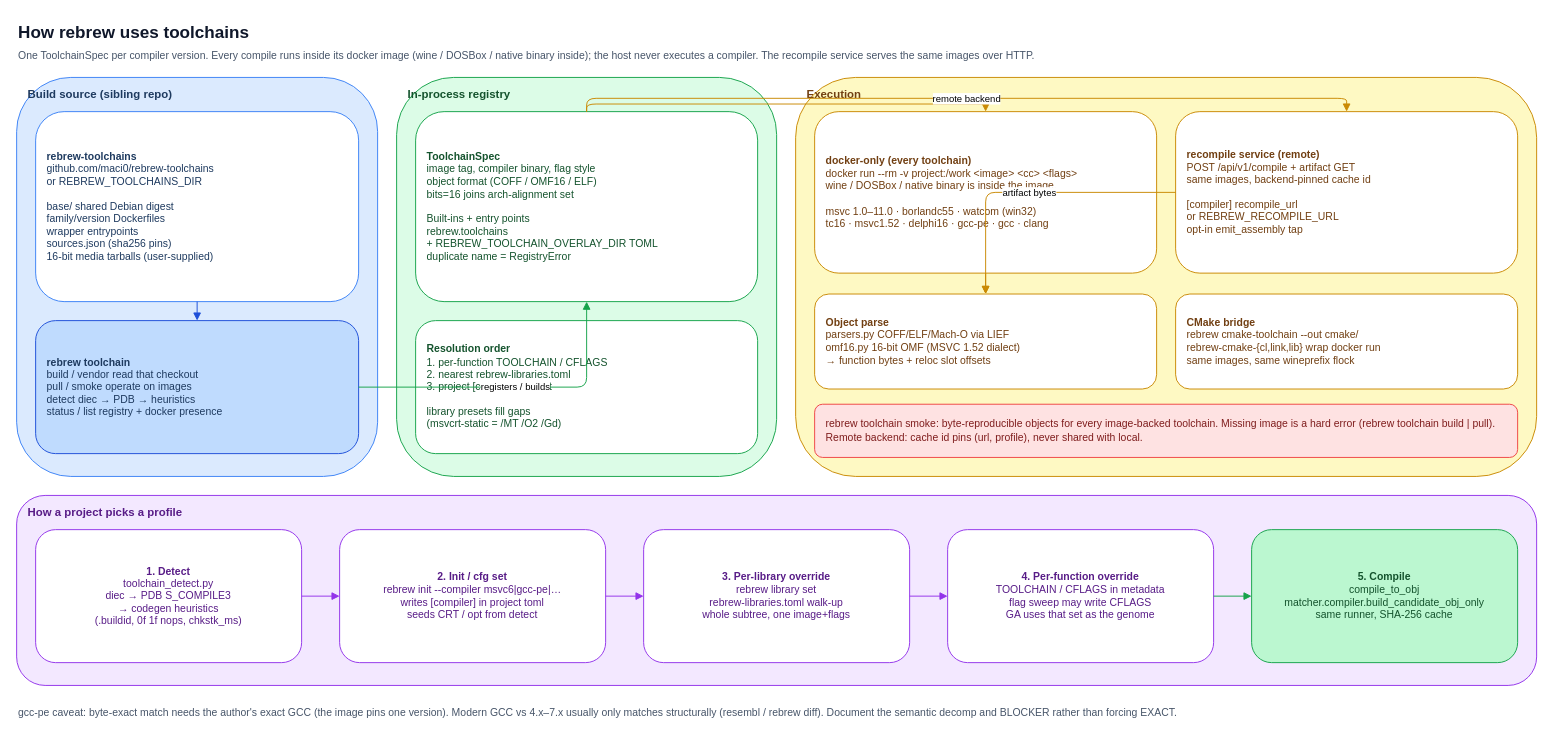
Before: page "3. Toolchains" (3 of 9) of docs/architecture.drawio in maci0/rebrew, a draw.io diagram. Source tidied: cells renumbered, new cells numbered last; positions are measured from the earlier drawing's top-left corner, leaving out a move shared by most shapes. Both pictures are drawn from the tidied source at 95%, with x=0, y=0 at pixel (16, 16).
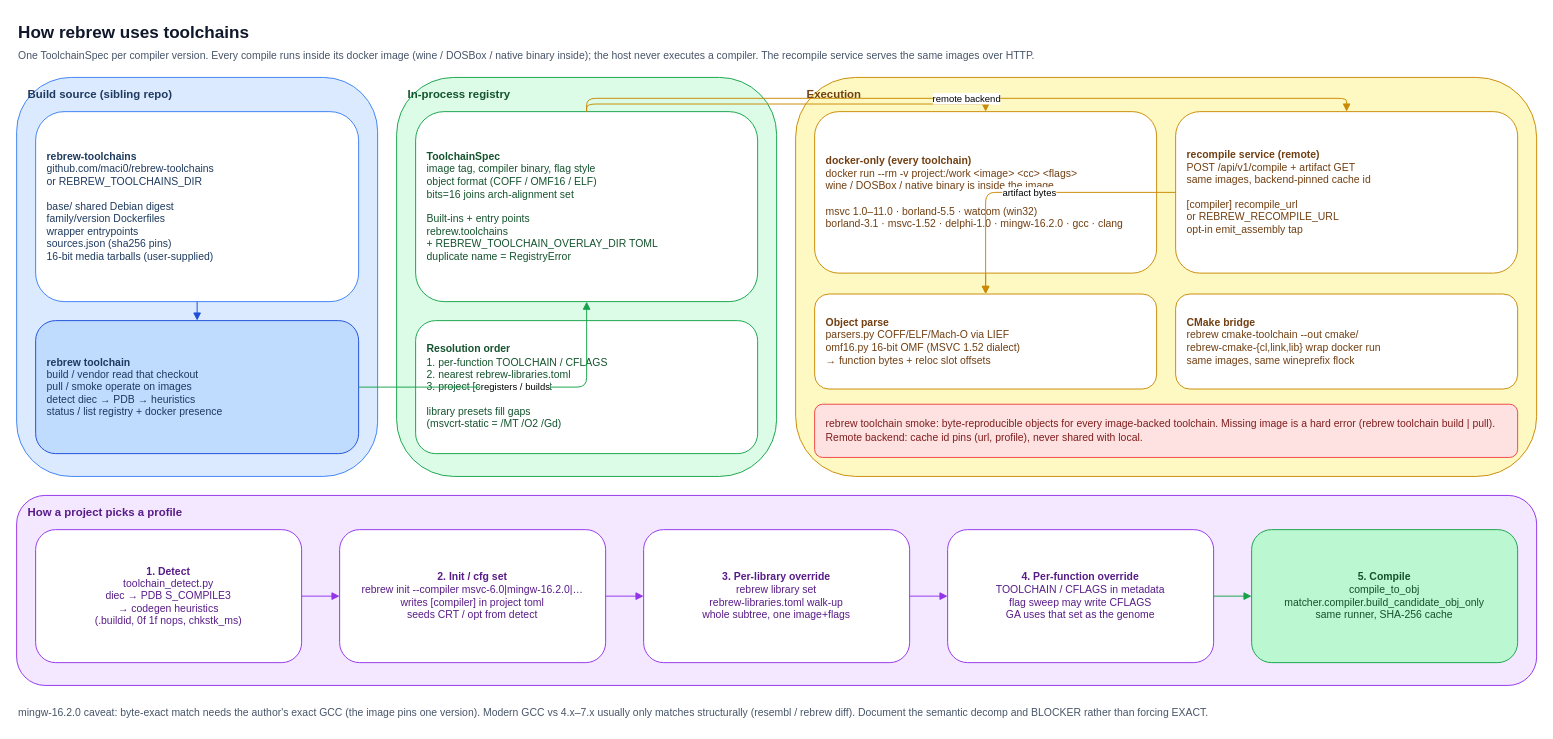
Above is the later version.

What changed in the source:
```diff
@@
-    <mxCell id="11" value="&lt;b&gt;docker-only (every toolchain)&lt;/b&gt;&lt;br&gt;docker run --rm -v project:/work &amp;lt;image&amp;gt; &amp;lt;cc&amp;gt; &amp;lt;flags&amp;gt;&lt;br&gt;wine / DOSBox / native binary is inside the image.&lt;br&gt;&lt;br&gt;msvc 1.0–11.0 · borlandc55 · watcom (win32)&lt;br&gt;tc16 · msvc1.52 · delphi16 · gcc-pe · gcc · clang" style="rounded=1;whiteSpace=wrap;html=1;fillColor=#ffffff;strokeColor=#ca8a04;fontColor=#713f12;align=left;spacingLeft=10;fontSize=11;" parent="1" vertex="1">
+    <mxCell id="11" value="&lt;b&gt;docker-only (every toolchain)&lt;/b&gt;&lt;br&gt;docker run --rm -v project:/work &amp;lt;image&amp;gt; &amp;lt;cc&amp;gt; &amp;lt;flags&amp;gt;&lt;br&gt;wine / DOSBox / native binary is inside the image.&lt;br&gt;&lt;br&gt;msvc 1.0–11.0 · borland-5.5 · watcom (win32)&lt;br&gt;borland-3.1 · msvc-1.52 · delphi-1.0 · mingw-16.2.0 · gcc · clang" style="rounded=1;whiteSpace=wrap;html=1;fillColor=#ffffff;strokeColor=#ca8a04;fontColor=#713f12;align=left;spacingLeft=10;fontSize=11;" parent="1" vertex="1">
       <mxGeometry x="840" y="100" width="360" height="170" as="geometry" />
     </mxCell>
@@
-    <mxCell id="24" value="&lt;b&gt;2. Init / cfg set&lt;/b&gt;&lt;br&gt;rebrew init --compiler msvc6|gcc-pe|…&lt;br&gt;writes [compiler] in project toml&lt;br&gt;seeds CRT / opt from detect" style="rounded=1;whiteSpace=wrap;html=1;fillColor=#ffffff;strokeColor=#9333ea;fontColor=#581c87;align=center;fontSize=11;" parent="1" vertex="1">
+    <mxCell id="24" value="&lt;b&gt;2. Init / cfg set&lt;/b&gt;&lt;br&gt;rebrew init --compiler msvc-6.0|mingw-16.2.0|…&lt;br&gt;writes [compiler] in project toml&lt;br&gt;seeds CRT / opt from detect" style="rounded=1;whiteSpace=wrap;html=1;fillColor=#ffffff;strokeColor=#9333ea;fontColor=#581c87;align=center;fontSize=11;" parent="1" vertex="1">
       <mxGeometry x="340" y="540" width="280" height="140" as="geometry" />
     </mxCell>
@@
-    <mxCell id="32" value="gcc-pe caveat: byte-exact match needs the author's exact GCC (the image pins one version). Modern GCC vs 4.x–7.x usually only matches structurally (resembl / rebrew diff). Document the semantic decomp and BLOCKER rather than forcing EXACT." style="text;html=1;align=left;fontSize=11;fontColor=#475569;" parent="1" vertex="1">
+    <mxCell id="32" value="mingw-16.2.0 caveat: byte-exact match needs the author's exact GCC (the image pins one version). Modern GCC vs 4.x–7.x usually only matches structurally (resembl / rebrew diff). Document the semantic decomp and BLOCKER rather than forcing EXACT." style="text;html=1;align=left;fontSize=11;fontColor=#475569;" parent="1" vertex="1">
       <mxGeometry y="720" width="1600" height="24" as="geometry" />
     </mxCell>
```
